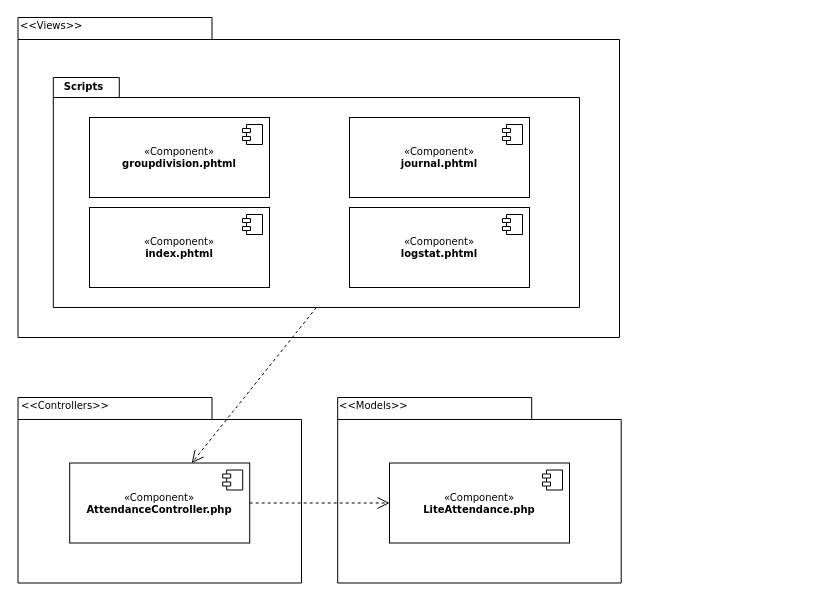
This is page "структура" (1 of 4) of ВКР/drawio/Компоненты.drawio from kuskas112/Labs, a draw.io file, before an edit. Source tidied: cells renumbered, new cells numbered last; positions are measured from the earlier drawing's top-left corner, leaving out a move shared by most shapes. Both pictures are drawn from the tidied source at 100%, with x=0, y=0 at pixel (17, 17).
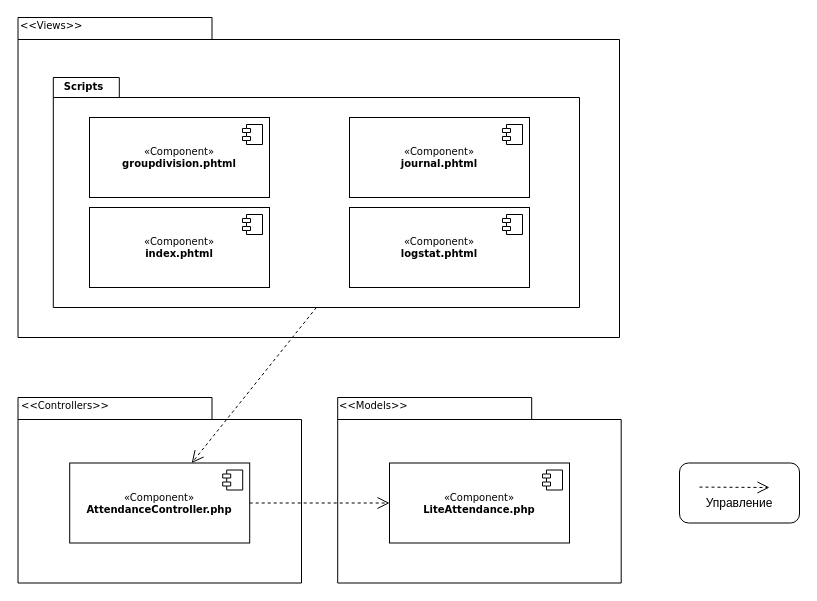
After the change.

Change to the diagram source:
```diff
@@
+    <mxCell id="24" value="Управление" style="text;html=1;align=center;verticalAlign=middle;whiteSpace=wrap;rounded=0;" parent="1" vertex="1">
+      <mxGeometry x="692" y="471" width="60" height="30" as="geometry" />
+    </mxCell>
+    <mxCell id="25" style="edgeStyle=none;rounded=0;orthogonalLoop=1;jettySize=auto;html=1;dashed=1;strokeColor=default;align=center;verticalAlign=middle;fontFamily=Verdana;fontSize=10;fontColor=default;labelBackgroundColor=none;startFill=0;endArrow=open;endFill=0;endSize=10;" parent="1" edge="1">
+      <mxGeometry relative="1" as="geometry">
+        <mxPoint x="682" y="469.6" as="sourcePoint" />
+        <mxPoint x="752" y="470" as="targetPoint" />
+      </mxGeometry>
+    </mxCell>
+    <mxCell id="26" style="rounded=1;whiteSpace=wrap;html=1;fillColor=none;" parent="1" vertex="1">
+      <mxGeometry x="662" y="445.5" width="120" height="60" as="geometry" />
+    </mxCell>
```
